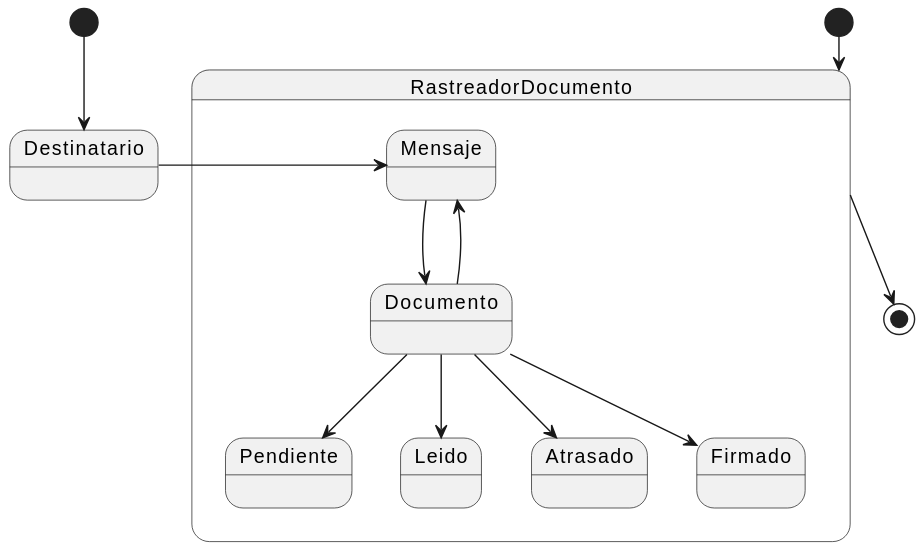
The PlantUML diagram docs/modeloDeDominio/diagramaDeEstados/TerceraIteracion/Rastreador documento/diagrama_de_estados_rastreador_documento.svg in mmasias/24-25-IdSw1-SDR, before a commit. The source it was exported from:
```plantuml
@startuml
[*] --> RastreadorDocumento

state Destinatario
state startDestinatario  <<start>>
startDestinatario --> Destinatario

state RastreadorDocumento {

  Mensaje --> Documento
  Documento --> Mensaje

  Documento --> Pendiente
  Documento --> Leido
  Documento --> Atrasado
  Documento --> Firmado
}

Destinatario -r-> Mensaje

RastreadorDocumento -d-> [*]
@enduml
```
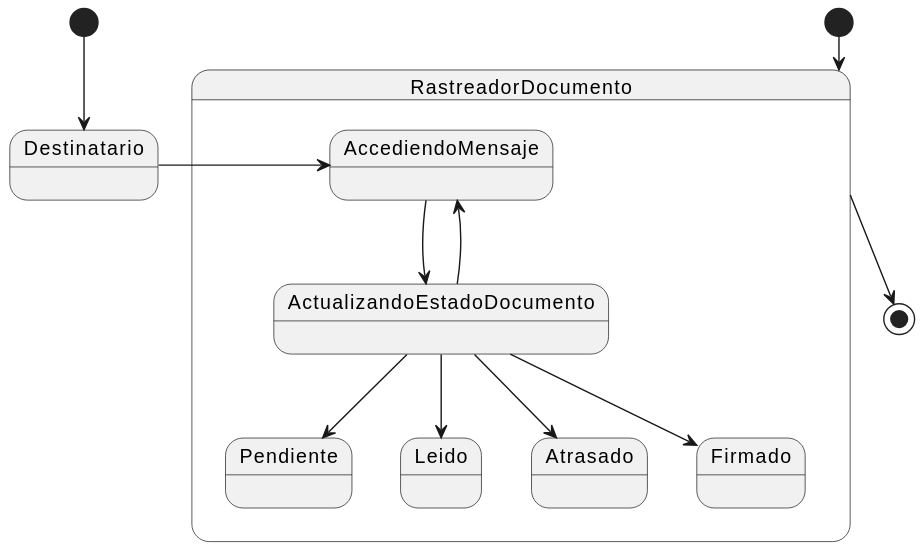
After the change.

Commit message:
Cambios diagrama estados rastreador documento

The edit, as a diff of the source:
```diff
@@ -7,16 +7,16 @@
 
 state RastreadorDocumento {
 
-  Mensaje --> Documento
-  Documento --> Mensaje
+  AccediendoMensaje --> ActualizandoEstadoDocumento
+  ActualizandoEstadoDocumento --> AccediendoMensaje
 
-  Documento --> Pendiente
-  Documento --> Leido
-  Documento --> Atrasado
-  Documento --> Firmado
+  ActualizandoEstadoDocumento --> Pendiente
+  ActualizandoEstadoDocumento --> Leido
+  ActualizandoEstadoDocumento --> Atrasado
+  ActualizandoEstadoDocumento --> Firmado
 }
 
-Destinatario -r-> Mensaje
+Destinatario -r-> AccediendoMensaje
 
 RastreadorDocumento -d-> [*]
 @enduml
```
